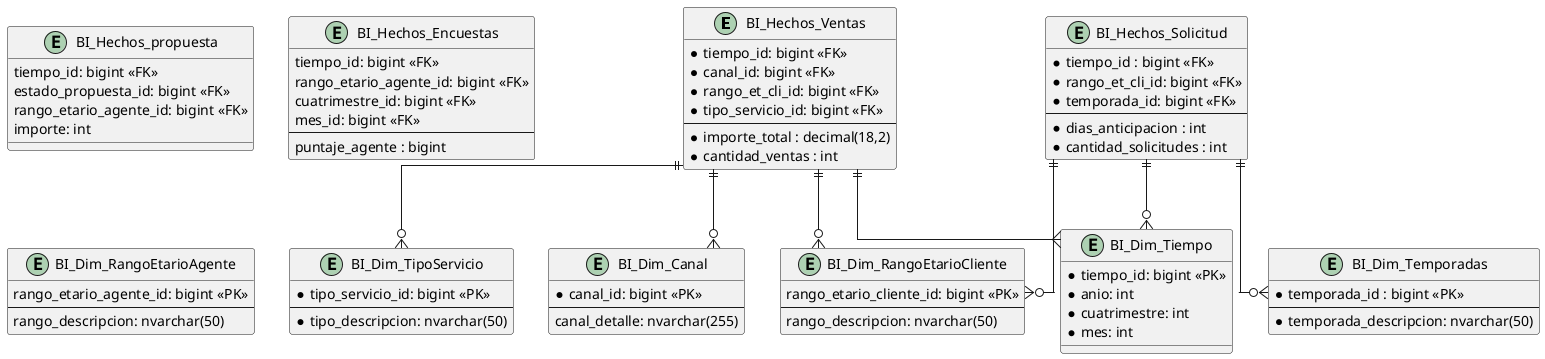
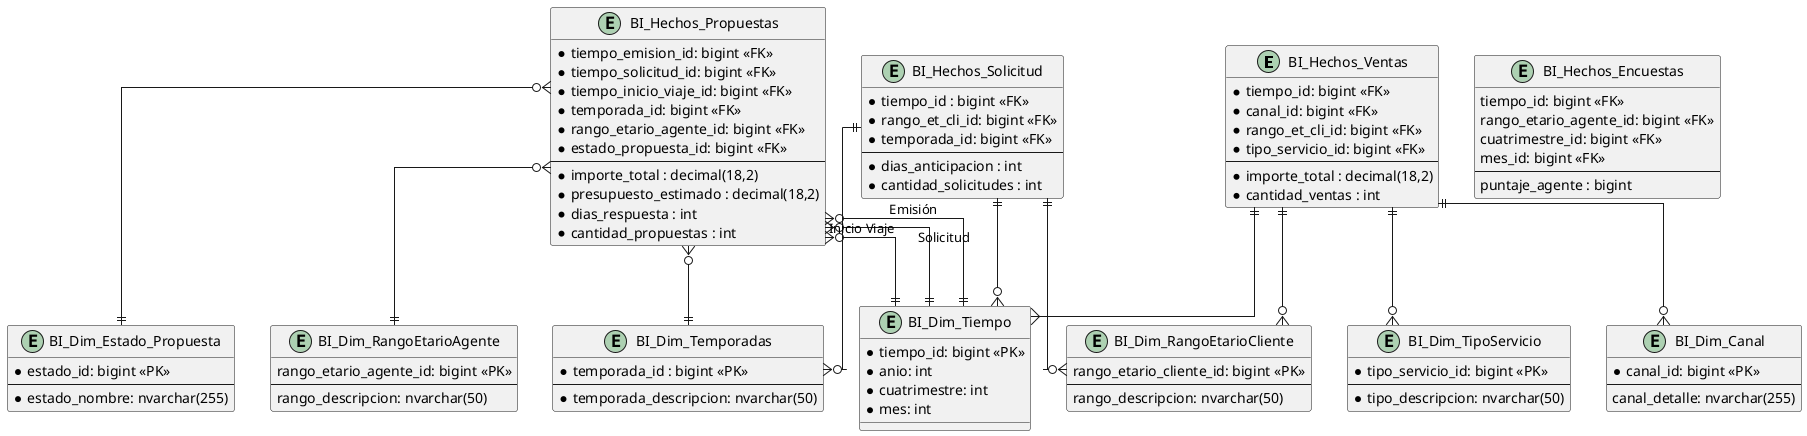
@startuml
'https://plantuml.com/class-diagram

' Configuración para que las líneas sean rectas
skinparam Linetype ortho
'https://plantuml.com/class-diagram

' ===============================
' HECHO VENTAS
' ===============================


entity BI_Hechos_Ventas {
    * tiempo_id: bigint <<FK>>
    * canal_id: bigint <<FK>>
    * rango_et_cli_id: bigint <<FK>>
    * tipo_servicio_id: bigint <<FK>>
    --
    * importe_total : decimal(18,2)
    * cantidad_ventas : int
}

' ===============================
' HECHO Solicitud
' ===============================


entity BI_Hechos_Solicitud{
    * tiempo_id : bigint <<FK>>
    * rango_et_cli_id: bigint <<FK>>
    * temporada_id: bigint <<FK>>
    --
    * dias_anticipacion : int
    * cantidad_solicitudes : int
}



' ===============================
' HECHO Propuesta
' ===============================


- entity BI_Hechos_propuesta{
-     tiempo_id: bigint <<FK>>
-     estado_propuesta_id: bigint <<FK>>
-     rango_etario_agente_id: bigint <<FK>>
-     importe: int
+ entity BI_Hechos_Propuestas{
+     * tiempo_emision_id: bigint <<FK>>
+     * tiempo_solicitud_id: bigint <<FK>>
+     * tiempo_inicio_viaje_id: bigint <<FK>>
+     * temporada_id: bigint <<FK>>
+     * rango_etario_agente_id: bigint <<FK>>
+     * estado_propuesta_id: bigint <<FK>>
+     --
+     * importe_total : decimal(18,2)
+     * presupuesto_estimado : decimal(18,2)
+     * dias_respuesta : int
+     * cantidad_propuestas : int
}
- 


' ===============================
' HECHO Encuesta
' ===============================

entity BI_Hechos_Encuestas{
    tiempo_id: bigint <<FK>>
    rango_etario_agente_id: bigint <<FK>>
    cuatrimestre_id: bigint <<FK>>
    mes_id: bigint <<FK>>
    --
    puntaje_agente : bigint
}

entity BI_Dim_Tiempo {
    * tiempo_id: bigint <<PK>>
    * anio: int
    * cuatrimestre: int
    * mes: int
}

entity BI_Dim_Canal {
    * canal_id: bigint <<PK>>
    --
    canal_detalle: nvarchar(255)
}

entity BI_Dim_RangoEtarioAgente{
    rango_etario_agente_id: bigint <<PK>>
    --
    rango_descripcion: nvarchar(50)
}

entity BI_Dim_RangoEtarioCliente{
    rango_etario_cliente_id: bigint <<PK>>
    --
    rango_descripcion: nvarchar(50)
}

entity BI_Dim_TipoServicio {
    * tipo_servicio_id: bigint <<PK>>
    --
    * tipo_descripcion: nvarchar(50)
}


entity BI_Dim_Temporadas{
    * temporada_id : bigint <<PK>>
    --
    * temporada_descripcion: nvarchar(50)
}


+ entity BI_Dim_Estado_Propuesta {
+     * estado_id: bigint <<PK>>
+     --
+     * estado_nombre: nvarchar(255)
+ }
+ 
+ ' ===============================
+ ' RELACIONES (Hecho }o--|| Dimensión)
+ ' ===============================
+ 
BI_Hechos_Ventas ||--{ BI_Dim_Tiempo
BI_Hechos_Ventas ||--o{ BI_Dim_RangoEtarioCliente
BI_Hechos_Ventas ||--o{ BI_Dim_Canal
BI_Hechos_Ventas||--o{ BI_Dim_TipoServicio


BI_Hechos_Solicitud ||--o{ BI_Dim_Tiempo
BI_Hechos_Solicitud ||--o{ BI_Dim_RangoEtarioCliente
BI_Hechos_Solicitud ||--o{BI_Dim_Temporadas

+ BI_Hechos_Propuestas }o--|| BI_Dim_Tiempo : "Emisión"
+ BI_Hechos_Propuestas }o--|| BI_Dim_Tiempo : "Solicitud"
+ BI_Hechos_Propuestas }o--|| BI_Dim_Tiempo : "Inicio Viaje"
+ BI_Hechos_Propuestas }o--|| BI_Dim_Temporadas
+ BI_Hechos_Propuestas }o--|| BI_Dim_RangoEtarioAgente
+ BI_Hechos_Propuestas }o--|| BI_Dim_Estado_Propuesta

@enduml
